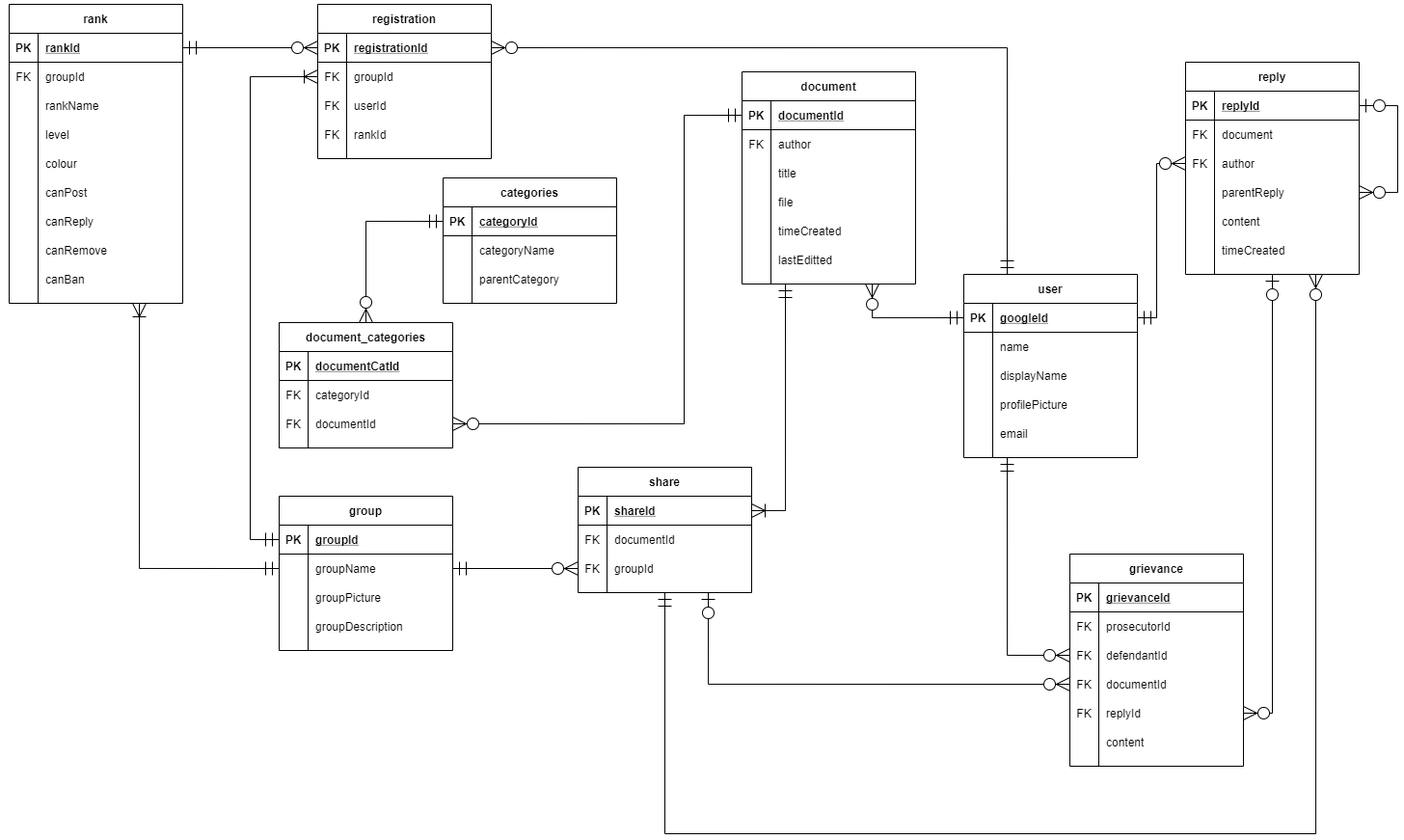
Earlier version of the draw.io export docs/ERD.png (UP940148/peer-review-system). Source tidied: cells renumbered, new cells last; positions are measured from the earlier drawing's top-left corner, leaving out a move shared by most shapes.
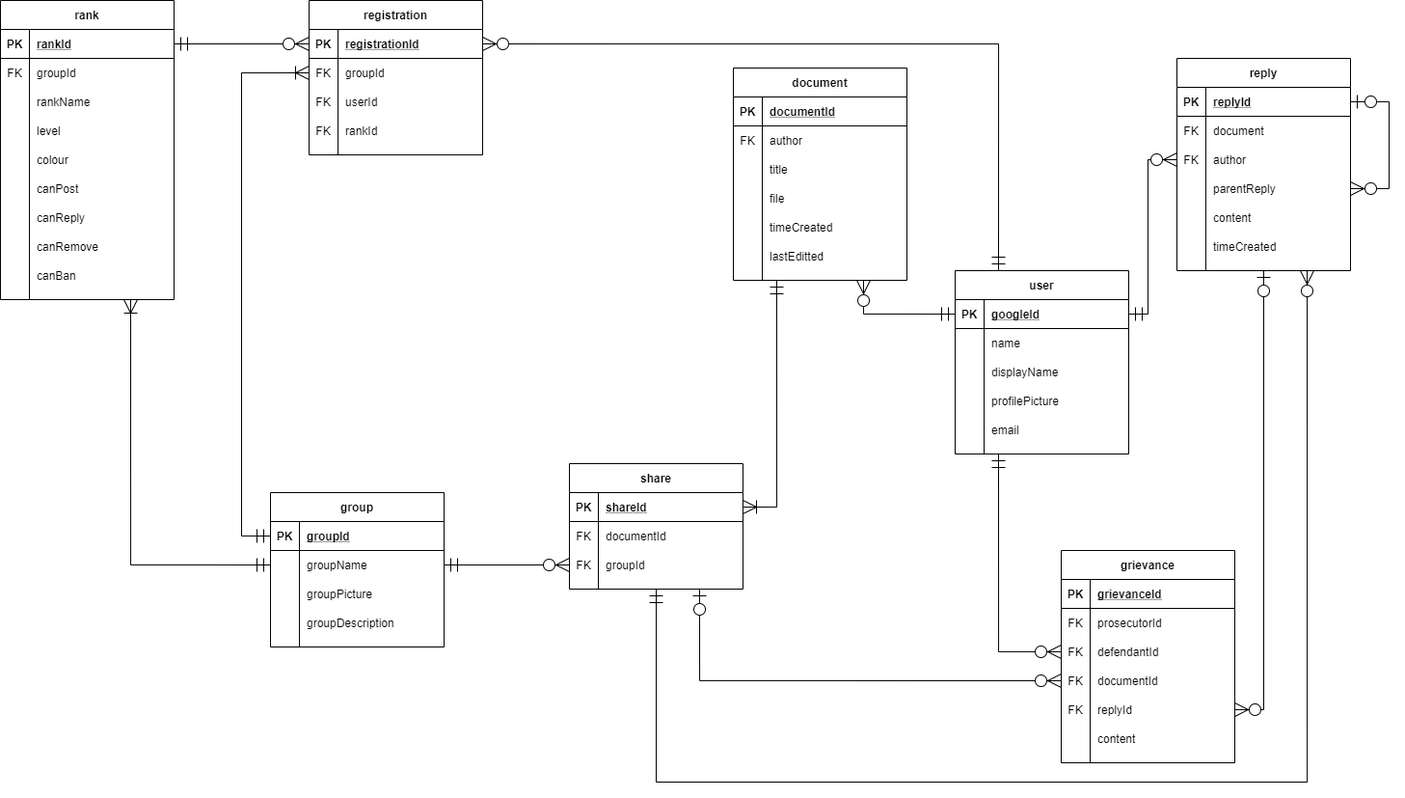
The same file after the commit.

The edit, as a diff of the source:
```diff
@@ -461,88 +461,17 @@
     <mxCell id="148" style="edgeStyle=orthogonalEdgeStyle;rounded=0;jettySize=auto;html=1;exitX=0.75;exitY=1;exitDx=0;exitDy=0;startArrow=ERoneToMany;startFill=0;endArrow=ERmandOne;endFill=0;startSize=12;entryX=0;entryY=0.5;entryDx=0;entryDy=0;endSize=12;" parent="1" edge="1" source="120" target="61">
       <mxGeometry relative="1" as="geometry" />
     </mxCell>
-    <mxCell id="149" value="categories" style="shape=table;startSize=30;rowLines=0;fontStyle=1;align=center;" parent="1" vertex="1">
-      <mxGeometry x="450" y="180" width="180" height="130" as="geometry" />
-    </mxCell>
-    <mxCell id="150" style="shape=partialRectangle;fillColor=none;top=0;left=0;bottom=1;right=0;points=[[0,0.5],[1,0.5]];portConstraint=eastwest;" parent="149" vertex="1">
-      <mxGeometry y="30" width="180" height="30" as="geometry" />
-    </mxCell>
-    <mxCell id="151" value="PK" style="shape=partialRectangle;fillColor=none;top=0;left=0;bottom=0;right=0;fontStyle=1;overflow=hidden;" parent="150" vertex="1">
-      <mxGeometry width="30" height="30" as="geometry" />
-    </mxCell>
-    <mxCell id="152" value="categoryId" style="shape=partialRectangle;fillColor=none;top=0;left=0;bottom=0;right=0;align=left;spacingLeft=6;fontStyle=5;overflow=hidden;" parent="150" vertex="1">
-      <mxGeometry x="30" width="150" height="30" as="geometry" />
-    </mxCell>
-    <mxCell id="153" style="shape=partialRectangle;fillColor=none;top=0;left=0;bottom=0;right=0;" parent="149" vertex="1">
-      <mxGeometry y="60" width="180" height="30" as="geometry" />
-    </mxCell>
-    <mxCell id="154" style="shape=partialRectangle;fillColor=none;top=0;left=0;bottom=0;right=0;overflow=hidden;" parent="153" vertex="1">
-      <mxGeometry width="30" height="30" as="geometry" />
-    </mxCell>
-    <mxCell id="155" value="categoryName" style="shape=partialRectangle;fillColor=none;top=0;left=0;bottom=0;right=0;align=left;spacingLeft=6;overflow=hidden;" parent="153" vertex="1">
-      <mxGeometry x="30" width="150" height="30" as="geometry" />
-    </mxCell>
-    <mxCell id="156" style="shape=partialRectangle;fillColor=none;top=0;left=0;bottom=0;right=0;" parent="149" vertex="1">
-      <mxGeometry y="90" width="180" height="30" as="geometry" />
-    </mxCell>
-    <mxCell id="157" style="shape=partialRectangle;fillColor=none;top=0;left=0;bottom=0;right=0;overflow=hidden;" parent="156" vertex="1">
-      <mxGeometry width="30" height="30" as="geometry" />
-    </mxCell>
-    <mxCell id="158" value="parentCategory" style="shape=partialRectangle;fillColor=none;top=0;left=0;bottom=0;right=0;align=left;spacingLeft=6;overflow=hidden;" parent="156" vertex="1">
-      <mxGeometry x="30" width="150" height="30" as="geometry" />
-    </mxCell>
     <mxCell id="159" style="edgeStyle=orthogonalEdgeStyle;rounded=0;jettySize=auto;html=1;exitX=0.75;exitY=1;exitDx=0;exitDy=0;entryX=0.5;entryY=1;entryDx=0;entryDy=0;startArrow=ERzeroToMany;startFill=1;startSize=12;endArrow=ERmandOne;endFill=0;endSize=12;" parent="1" edge="1" source="37" target="83">
       <mxGeometry relative="1" as="geometry">
         <Array as="points">
-          <mxPoint x="1355" y="860" />
-          <mxPoint x="680" y="860" />
+          <mxPoint x="1355" y="810" />
+          <mxPoint x="680" y="810" />
         </Array>
       </mxGeometry>
     </mxCell>
     <mxCell id="160" style="edgeStyle=orthogonalEdgeStyle;rounded=0;jettySize=auto;html=1;exitX=0;exitY=0.5;exitDx=0;exitDy=0;entryX=0.75;entryY=1;entryDx=0;entryDy=0;startArrow=ERzeroToMany;startFill=1;startSize=12;endArrow=ERzeroToOne;endFill=1;endSize=12;" parent="1" edge="1" source="108" target="83">
       <mxGeometry relative="1" as="geometry" />
     </mxCell>
-    <mxCell id="161" value="document_categories" style="shape=table;startSize=30;rowLines=0;fontStyle=1;align=center;" parent="1" vertex="1">
-      <mxGeometry x="280" y="330" width="180" height="130" as="geometry" />
-    </mxCell>
-    <mxCell id="162" style="shape=partialRectangle;fillColor=none;top=0;left=0;bottom=1;right=0;" parent="161" vertex="1">
-      <mxGeometry y="30" width="180" height="30" as="geometry" />
-    </mxCell>
-    <mxCell id="163" value="PK" style="shape=partialRectangle;fillColor=none;top=0;left=0;bottom=0;right=0;fontStyle=1;overflow=hidden;" parent="162" vertex="1">
-      <mxGeometry width="30" height="30" as="geometry" />
-    </mxCell>
-    <mxCell id="164" value="documentCatId" style="shape=partialRectangle;fillColor=none;top=0;left=0;bottom=0;right=0;align=left;spacingLeft=6;fontStyle=5;overflow=hidden;" parent="162" vertex="1">
-      <mxGeometry x="30" width="150" height="30" as="geometry" />
-    </mxCell>
-    <mxCell id="165" style="shape=partialRectangle;fillColor=none;top=0;left=0;bottom=0;right=0;" parent="161" vertex="1">
-      <mxGeometry y="60" width="180" height="30" as="geometry" />
-    </mxCell>
-    <mxCell id="166" value="FK" style="shape=partialRectangle;fillColor=none;top=0;left=0;bottom=0;right=0;overflow=hidden;" parent="165" vertex="1">
-      <mxGeometry width="30" height="30" as="geometry" />
-    </mxCell>
-    <mxCell id="167" value="categoryId" style="shape=partialRectangle;fillColor=none;top=0;left=0;bottom=0;right=0;align=left;spacingLeft=6;overflow=hidden;" parent="165" vertex="1">
-      <mxGeometry x="30" width="150" height="30" as="geometry" />
-    </mxCell>
-    <mxCell id="168" style="shape=partialRectangle;fillColor=none;top=0;left=0;bottom=0;right=0;points=[[0,0.5],[1,0.5]];portConstraint=eastwest;" parent="161" vertex="1">
-      <mxGeometry y="90" width="180" height="30" as="geometry" />
-    </mxCell>
-    <mxCell id="169" value="FK" style="shape=partialRectangle;fillColor=none;top=0;left=0;bottom=0;right=0;overflow=hidden;" parent="168" vertex="1">
-      <mxGeometry width="30" height="30" as="geometry" />
-    </mxCell>
-    <mxCell id="170" value="documentId" style="shape=partialRectangle;fillColor=none;top=0;left=0;bottom=0;right=0;align=left;spacingLeft=6;overflow=hidden;" parent="168" vertex="1">
-      <mxGeometry x="30" width="150" height="30" as="geometry" />
-    </mxCell>
-    <mxCell id="171" style="edgeStyle=orthogonalEdgeStyle;rounded=0;jettySize=auto;html=1;exitX=0.5;exitY=0;exitDx=0;exitDy=0;entryX=0;entryY=0.5;entryDx=0;entryDy=0;startArrow=ERzeroToMany;startFill=1;startSize=12;endArrow=ERmandOne;endFill=0;endSize=12;" parent="1" edge="1" source="161" target="150">
-      <mxGeometry relative="1" as="geometry" />
-    </mxCell>
-    <mxCell id="172" style="edgeStyle=orthogonalEdgeStyle;rounded=0;jettySize=auto;html=1;exitX=1;exitY=0.5;exitDx=0;exitDy=0;entryX=0;entryY=0.5;entryDx=0;entryDy=0;startArrow=ERzeroToMany;startFill=1;startSize=12;endArrow=ERmandOne;endFill=0;endSize=12;" parent="1" edge="1" source="168" target="19">
-      <mxGeometry relative="1" as="geometry">
-        <Array as="points">
-          <mxPoint x="700" y="435" />
-          <mxPoint x="700" y="115" />
-        </Array>
-      </mxGeometry>
-    </mxCell>
     <mxCell id="173" style="edgeStyle=orthogonalEdgeStyle;rounded=0;jettySize=auto;html=1;exitX=0;exitY=0.5;exitDx=0;exitDy=0;entryX=1;entryY=0.5;entryDx=0;entryDy=0;startArrow=ERzeroToMany;startFill=1;startSize=12;endArrow=ERmandOne;endFill=0;endSize=12;" parent="1" edge="1" source="71" target="121">
       <mxGeometry relative="1" as="geometry" />
     </mxCell>
```
